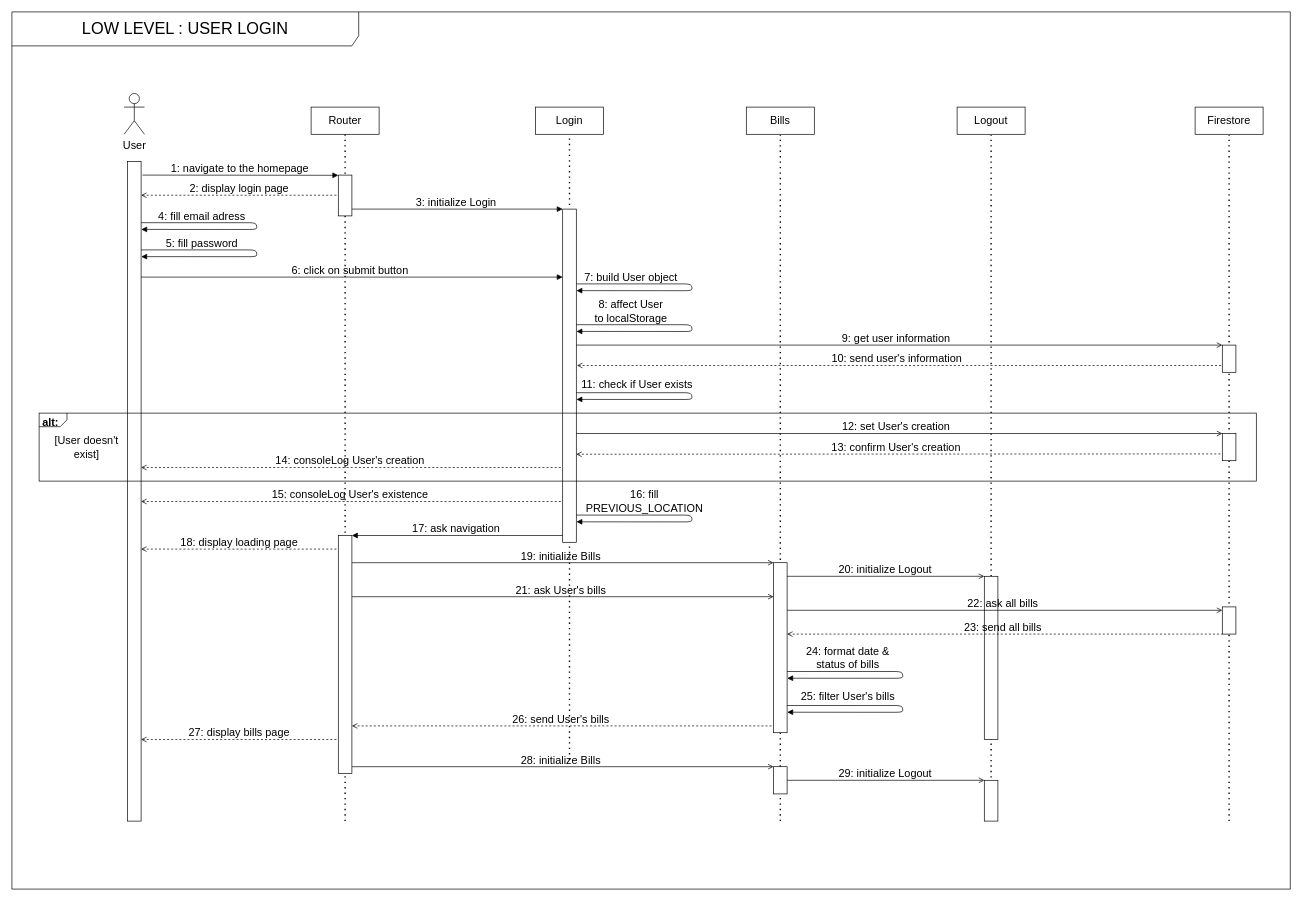
This is specs/rawfiles/sequenceDiagrams-low.drawio from SebDelile/Billed-app-FR, a draw.io file, before an edit. Source tidied: cells renumbered, new cells numbered last; positions are measured from the earlier drawing's top-left corner, leaving out a move shared by most shapes. Both pictures are drawn from the tidied source at 68%, with x=0, y=0 at pixel (12, 12).
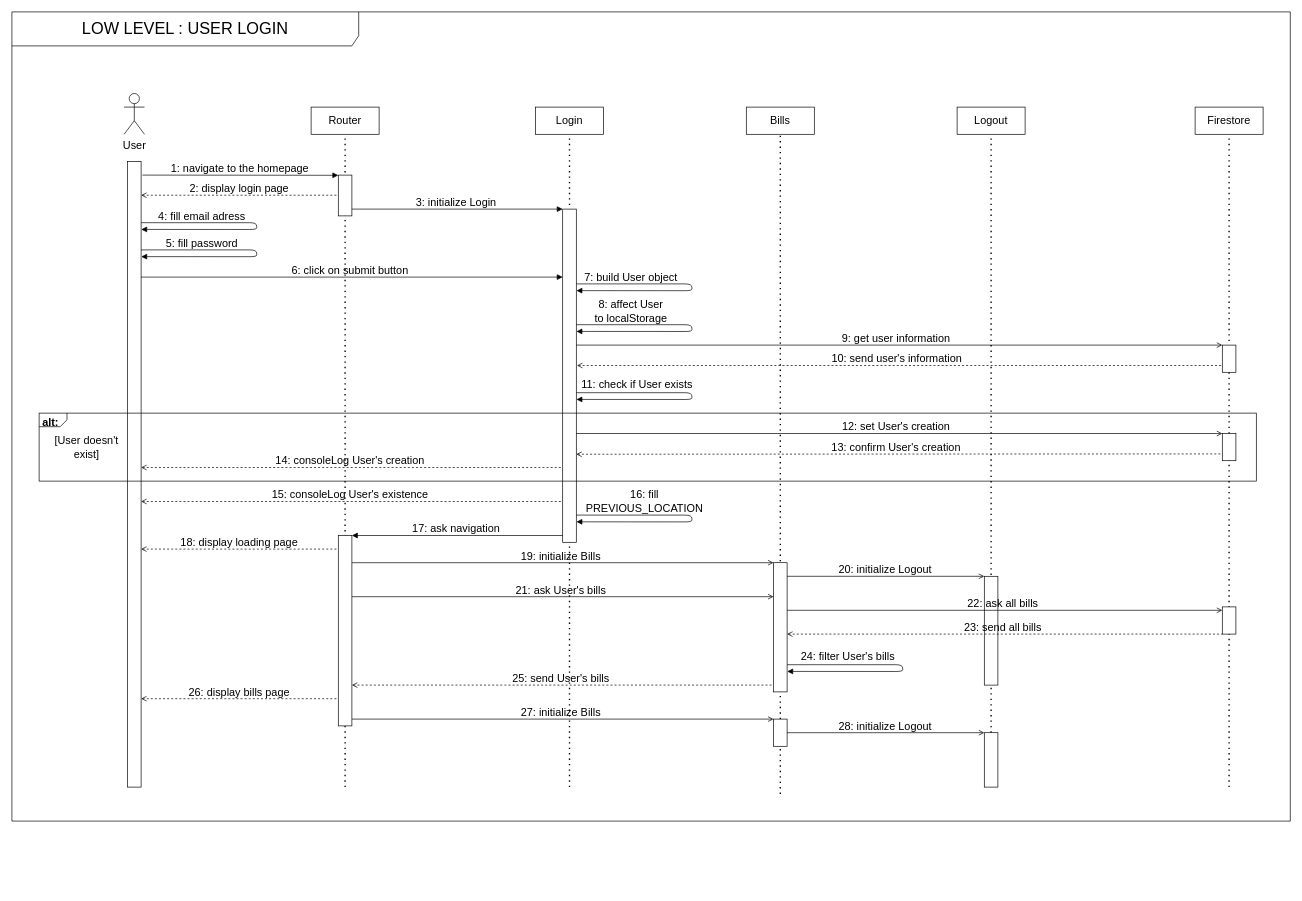
The same diagram, later.

Commit message (it also covers changes not shown here):
docs: update sequence diagram

Unchanged cells that the change refers to:
```xml
<mxCell id="9" value="Router" style="rounded=0;whiteSpace=wrap;html=1;fontSize=16;" parent="1" vertex="1">
  <mxGeometry x="440" y="140" width="100" height="40" as="geometry" />
</mxCell>
```

What changed in the source:
```diff
@@
     <mxCell id="2" value="LOW LEVEL : USER LOGIN" style="shape=umlFrame;whiteSpace=wrap;html=1;fillColor=none;fontSize=24;width=510;height=50;labelBackgroundColor=none;" parent="1" vertex="1">
-      <mxGeometry width="1880" height="1290" as="geometry" />
+      <mxGeometry width="1880" height="1190" as="geometry" />
     </mxCell>
@@
     <mxCell id="4" style="rounded=0;whiteSpace=wrap;html=1;" parent="1" vertex="1">
-      <mxGeometry x="1430" y="830" width="20" height="240" as="geometry" />
+      <mxGeometry x="1430" y="830" width="20" height="160" as="geometry" />
     </mxCell>
     <mxCell id="5" style="endArrow=none;dashed=1;html=1;dashPattern=1 3;strokeWidth=2;fontSize=16;entryX=0.5;entryY=1;entryDx=0;entryDy=0;" parent="1" edge="1">
       <mxGeometry relative="1" as="geometry">
-        <mxPoint x="1790" y="1190" as="sourcePoint" />
+        <mxPoint x="1790" y="1140" as="sourcePoint" />
         <mxPoint x="1790" y="181" as="targetPoint" />
       </mxGeometry>
     </mxCell>
     <mxCell id="6" style="endArrow=none;dashed=1;html=1;dashPattern=1 3;strokeWidth=2;fontSize=16;entryX=0.5;entryY=1;entryDx=0;entryDy=0;" parent="1" edge="1" target="9">
       <mxGeometry relative="1" as="geometry">
-        <mxPoint x="490" y="1190" as="sourcePoint" />
+        <mxPoint x="490" y="1140" as="sourcePoint" />
       </mxGeometry>
     </mxCell>
     <mxCell id="7" style="rounded=0;whiteSpace=wrap;html=1;" parent="1" vertex="1">
-      <mxGeometry x="170" y="220" width="20" height="970" as="geometry" />
+      <mxGeometry x="170" y="220" width="20" height="920" as="geometry" />
     </mxCell>
@@
     <mxCell id="11" style="endArrow=none;dashed=1;html=1;dashPattern=1 3;strokeWidth=2;fontSize=16;entryX=0.5;entryY=1;entryDx=0;entryDy=0;" parent="1" edge="1">
       <mxGeometry relative="1" as="geometry">
-        <mxPoint x="820" y="1100" as="sourcePoint" />
+        <mxPoint x="820" y="1140" as="sourcePoint" />
         <mxPoint x="820" y="181" as="targetPoint" />
       </mxGeometry>
     </mxCell>
@@
     <mxCell id="36" style="rounded=0;whiteSpace=wrap;html=1;" parent="1" vertex="1">
-      <mxGeometry x="480" y="770" width="20" height="350" as="geometry" />
+      <mxGeometry x="480" y="770" width="20" height="280" as="geometry" />
     </mxCell>
@@
     <mxCell id="40" style="rounded=0;whiteSpace=wrap;html=1;" parent="1" vertex="1">
-      <mxGeometry x="1120" y="810" width="20" height="250" as="geometry" />
+      <mxGeometry x="1120" y="810" width="20" height="190" as="geometry" />
     </mxCell>
@@
-    <mxCell id="43" value="24: format date &amp;amp;&lt;br&gt;status of bills" style="endArrow=block;html=1;fontSize=16;exitX=1;exitY=0.25;exitDx=0;exitDy=0;labelBackgroundColor=none;entryX=1.008;entryY=0.399;entryDx=0;entryDy=0;endFill=1;entryPerimeter=0;" parent="1" edge="1">
-      <mxGeometry x="-0.49" y="20" relative="1" as="geometry">
-        <mxPoint x="1140" y="970" as="sourcePoint" />
-        <mxPoint x="1140.2" y="979.9" as="targetPoint" />
-        <Array as="points">
-          <mxPoint x="1310" y="970" />
-          <mxPoint x="1310" y="980" />
-        </Array>
-      </mxGeometry>
-    </mxCell>
-    <mxCell id="44" value="25: filter User's bills" style="endArrow=block;html=1;fontSize=16;exitX=1;exitY=0.25;exitDx=0;exitDy=0;labelBackgroundColor=none;entryX=1.008;entryY=0.399;entryDx=0;entryDy=0;endFill=1;entryPerimeter=0;" parent="1" edge="1">
+    <mxCell id="44" value="24: filter User's bills" style="endArrow=block;html=1;fontSize=16;exitX=1;exitY=0.25;exitDx=0;exitDy=0;labelBackgroundColor=none;entryX=1.008;entryY=0.399;entryDx=0;entryDy=0;endFill=1;entryPerimeter=0;" parent="1" edge="1">
       <mxGeometry x="-0.49" y="13" relative="1" as="geometry">
-        <mxPoint x="1140" y="1020" as="sourcePoint" />
-        <mxPoint x="1140.2" y="1029.9" as="targetPoint" />
+        <mxPoint x="1140" y="960" as="sourcePoint" />
+        <mxPoint x="1140.2" y="969.9" as="targetPoint" />
         <Array as="points">
-          <mxPoint x="1310" y="1020" />
-          <mxPoint x="1310" y="1030" />
+          <mxPoint x="1310" y="960" />
+          <mxPoint x="1310" y="970" />
         </Array>
       </mxGeometry>
     </mxCell>
-    <mxCell id="45" value="27: display bills page" style="endArrow=none;html=1;fontSize=16;exitX=1;exitY=0.25;exitDx=0;exitDy=0;labelBackgroundColor=none;endFill=0;startArrow=open;startFill=0;dashed=1;" parent="1" edge="1">
+    <mxCell id="45" value="26: display bills page" style="endArrow=none;html=1;fontSize=16;exitX=1;exitY=0.25;exitDx=0;exitDy=0;labelBackgroundColor=none;endFill=0;startArrow=open;startFill=0;dashed=1;" parent="1" edge="1">
       <mxGeometry x="-0.01" y="10" relative="1" as="geometry">
-        <mxPoint x="190" y="1070" as="sourcePoint" />
-        <mxPoint x="480" y="1070" as="targetPoint" />
+        <mxPoint x="190" y="1010" as="sourcePoint" />
+        <mxPoint x="480" y="1010" as="targetPoint" />
       </mxGeometry>
     </mxCell>
-    <mxCell id="46" value="26: send User's bills" style="endArrow=none;html=1;fontSize=16;labelBackgroundColor=none;endFill=0;startArrow=open;startFill=0;dashed=1;" parent="1" edge="1">
+    <mxCell id="46" value="25: send User's bills" style="endArrow=none;html=1;fontSize=16;labelBackgroundColor=none;endFill=0;startArrow=open;startFill=0;dashed=1;" parent="1" edge="1">
       <mxGeometry x="-0.01" y="10" relative="1" as="geometry">
-        <mxPoint x="500" y="1050" as="sourcePoint" />
-        <mxPoint x="1120" y="1050" as="targetPoint" />
+        <mxPoint x="500" y="990" as="sourcePoint" />
+        <mxPoint x="1120" y="990" as="targetPoint" />
       </mxGeometry>
     </mxCell>
-    <mxCell id="47" value="28: initialize Bills" style="endArrow=open;html=1;fontSize=16;labelBackgroundColor=none;endFill=0;labelBorderColor=none;" parent="1" edge="1">
+    <mxCell id="47" value="27: initialize Bills" style="endArrow=open;html=1;fontSize=16;labelBackgroundColor=none;endFill=0;labelBorderColor=none;" parent="1" edge="1">
       <mxGeometry x="-0.01" y="10" relative="1" as="geometry">
-        <mxPoint x="500" y="1110" as="sourcePoint" />
-        <mxPoint x="1120" y="1110" as="targetPoint" />
+        <mxPoint x="500" y="1040" as="sourcePoint" />
+        <mxPoint x="1120" y="1040" as="targetPoint" />
       </mxGeometry>
     </mxCell>
@@
     <mxCell id="52" style="rounded=0;whiteSpace=wrap;html=1;" parent="1" vertex="1">
-      <mxGeometry x="1120" y="1110" width="20" height="40" as="geometry" />
+      <mxGeometry x="1120" y="1040" width="20" height="40" as="geometry" />
     </mxCell>
     <mxCell id="53" style="endArrow=none;dashed=1;html=1;dashPattern=1 3;strokeWidth=2;fontSize=16;entryX=0.5;entryY=1;entryDx=0;entryDy=0;" parent="1" edge="1" target="52">
       <mxGeometry relative="1" as="geometry">
-        <mxPoint x="1130" y="1190" as="sourcePoint" />
+        <mxPoint x="1130" y="1150" as="sourcePoint" />
       </mxGeometry>
     </mxCell>
     <mxCell id="54" style="rounded=0;whiteSpace=wrap;html=1;" parent="1" vertex="1">
-      <mxGeometry x="1430" y="1130" width="20" height="60" as="geometry" />
+      <mxGeometry x="1430" y="1060" width="20" height="80" as="geometry" />
     </mxCell>
-    <mxCell id="55" value="29: initialize Logout" style="endArrow=open;html=1;fontSize=16;labelBackgroundColor=none;endFill=0;labelBorderColor=none;" parent="1" edge="1">
+    <mxCell id="55" value="28: initialize Logout" style="endArrow=open;html=1;fontSize=16;labelBackgroundColor=none;endFill=0;labelBorderColor=none;" parent="1" edge="1">
       <mxGeometry x="-0.01" y="10" relative="1" as="geometry">
-        <mxPoint x="1140" y="1130" as="sourcePoint" />
-        <mxPoint x="1430" y="1130" as="targetPoint" />
+        <mxPoint x="1140" y="1060" as="sourcePoint" />
+        <mxPoint x="1430" y="1060" as="targetPoint" />
       </mxGeometry>
     </mxCell>
```
